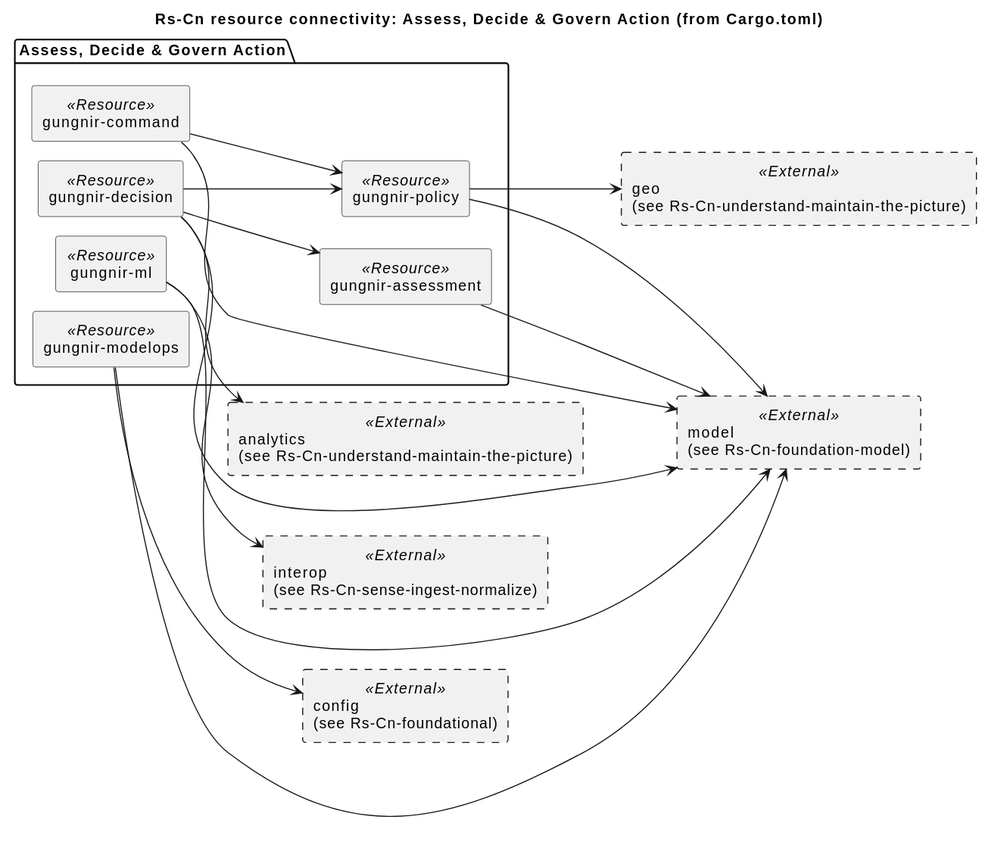
This is docs/architecture/uaf/rendered/resources/Rs-Cn-assess-decide-govern-action.svg from WayneRoessling/gungnir, a PlantUML export, as it was before one commit.
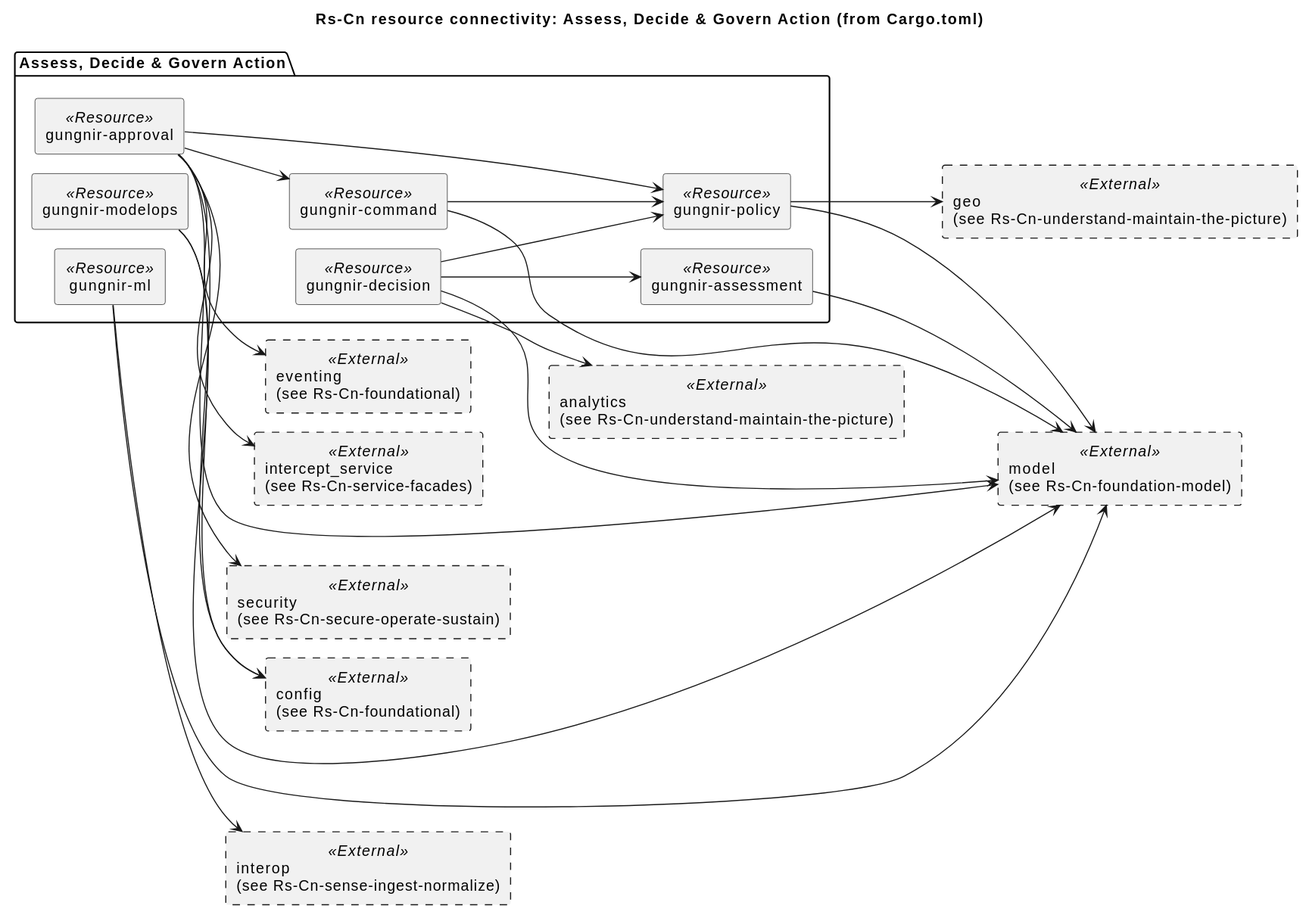
After the change.

Diff of the diagram source:
```diff
@@ -5,6 +5,7 @@
 skinparam linetype ortho
 left to right direction
 package "Assess, Decide & Govern Action" {
+  component "gungnir-approval" as RS_approval <<Resource>>
   component "gungnir-assessment" as RS_assessment <<Resource>>
   component "gungnir-command" as RS_command <<Resource>>
   component "gungnir-decision" as RS_decision <<Resource>>
@@ -14,9 +15,19 @@
 }
 component "analytics\n(see Rs-Cn-understand-maintain-the-picture)" as RS_analytics <<External>> #line.dashed
 component "config\n(see Rs-Cn-foundational)" as RS_config <<External>> #line.dashed
+component "eventing\n(see Rs-Cn-foundational)" as RS_eventing <<External>> #line.dashed
 component "geo\n(see Rs-Cn-understand-maintain-the-picture)" as RS_geo <<External>> #line.dashed
+component "intercept_service\n(see Rs-Cn-service-facades)" as RS_intercept_service <<External>> #line.dashed
 component "interop\n(see Rs-Cn-sense-ingest-normalize)" as RS_interop <<External>> #line.dashed
 component "model\n(see Rs-Cn-foundation-model)" as RS_model <<External>> #line.dashed
+component "security\n(see Rs-Cn-secure-operate-sustain)" as RS_security <<External>> #line.dashed
+RS_approval --> RS_command
+RS_approval --> RS_policy
+RS_approval --> RS_intercept_service
+RS_approval --> RS_security
+RS_approval --> RS_config
+RS_approval --> RS_eventing
+RS_approval --> RS_model
 RS_assessment --> RS_model
 RS_command --> RS_model
 RS_command --> RS_policy
```
